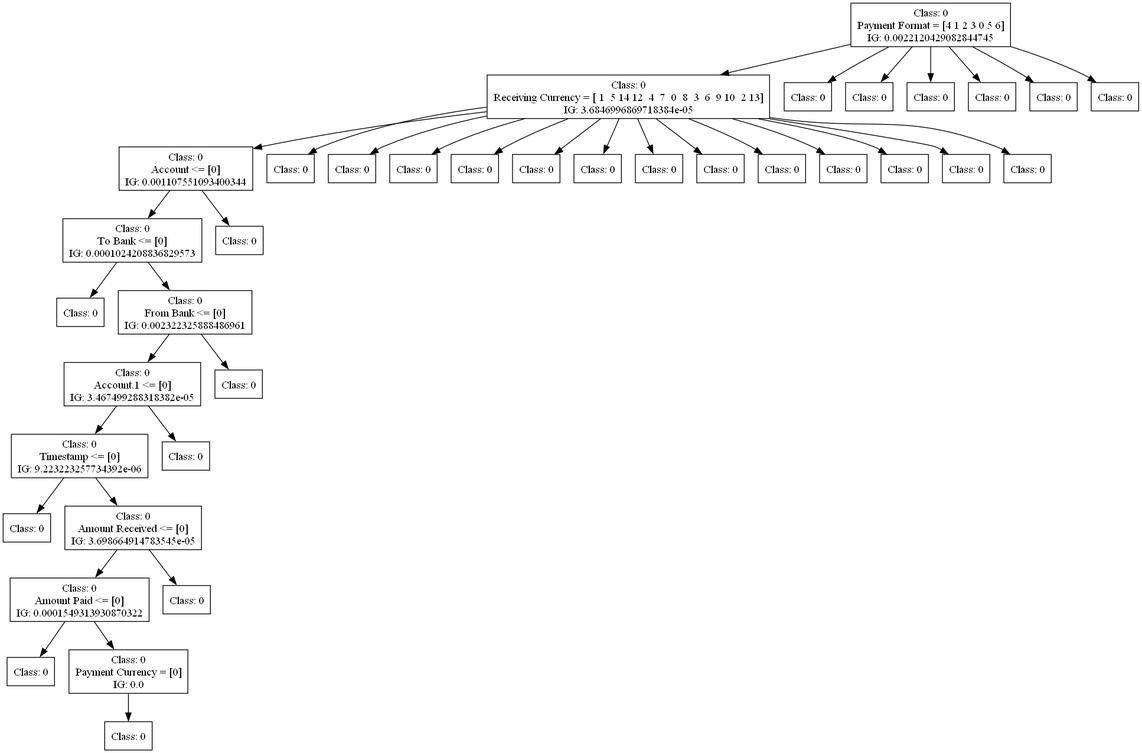
This is dot_figs/tree-id3-wo_preprocessing-2.png from FedericoBruzzone/anti-money-laundering, a Graphviz export, as it was before one commit. Its source is kept beside it as dot_figs/tree-id3-wo_preprocessing-2.dot. Source of this version:
```dot
digraph DecisionTree {
	rankdir=TD;
	node [shape=box];
	2875357470128 [label="Class: 0
Payment Format = [4 1 2 3 0 5 6]
IG: 0.0022120429082844745"];
	2875357570784 [label="Class: 0
Receiving Currency = [ 1  5 14 12  4  7  0  8  3  6  9 10  2 13]
IG: 3.6846996869718384e-05"];
	2875357470128 -> 2875357570784;
	2876938128112 [label="Class: 0
Account <= [0]
IG: 0.001107551093400344"];
	2875357570784 -> 2876938128112;
	2876938134064 [label="Class: 0
To Bank <= [0]
IG: 0.0001024208836829573"];
	2876938128112 -> 2876938134064;
	2876938134496 [label="Class: 0
"];
	2876938134064 -> 2876938134496;
	2876938139776 [label="Class: 0
From Bank <= [0]
IG: 0.002322325888486961"];
	2876938134064 -> 2876938139776;
	2876938140160 [label="Class: 0
Account.1 <= [0]
IG: 3.467499288318382e-05"];
	2876938139776 -> 2876938140160;
	2875929678208 [label="Class: 0
Timestamp <= [0]
IG: 9.223223257734392e-06"];
	2876938140160 -> 2875929678208;
	2875929678976 [label="Class: 0
"];
	2875929678208 -> 2875929678976;
	2875929681568 [label="Class: 0
Amount Received <= [0]
IG: 3.698664914783545e-05"];
	2875929678208 -> 2875929681568;
	2875929681808 [label="Class: 0
Amount Paid <= [0]
IG: 0.0001549313930870322"];
	2875929681568 -> 2875929681808;
	2875929675472 [label="Class: 0
"];
	2875929681808 -> 2875929675472;
	2875929685552 [label="Class: 0
Payment Currency = [0]
IG: 0.0"];
	2875929681808 -> 2875929685552;
	2875929685936 [label="Class: 0
"];
	2875929685552 -> 2875929685936;
	2875929683824 [label="Class: 0
"];
	2875929681568 -> 2875929683824;
	2875929678880 [label="Class: 0
"];
	2876938140160 -> 2875929678880;
	2876938140880 [label="Class: 0
"];
	2876938139776 -> 2876938140880;
	2876938135648 [label="Class: 0
"];
	2876938128112 -> 2876938135648;
	2876938128448 [label="Class: 0
"];
	2875357570784 -> 2876938128448;
	2876938128592 [label="Class: 0
"];
	2875357570784 -> 2876938128592;
	2876938126816 [label="Class: 0
"];
	2875357570784 -> 2876938126816;
	2876938128640 [label="Class: 0
"];
	2875357570784 -> 2876938128640;
	2876938126384 [label="Class: 0
"];
	2875357570784 -> 2876938126384;
	2876938128928 [label="Class: 0
"];
	2875357570784 -> 2876938128928;
	2876938126048 [label="Class: 0
"];
	2875357570784 -> 2876938126048;
	2876938129264 [label="Class: 0
"];
	2875357570784 -> 2876938129264;
	2876938129408 [label="Class: 0
"];
	2875357570784 -> 2876938129408;
	2876938129552 [label="Class: 0
"];
	2875357570784 -> 2876938129552;
	2876938129696 [label="Class: 0
"];
	2875357570784 -> 2876938129696;
	2876938129840 [label="Class: 0
"];
	2875357570784 -> 2876938129840;
	2876938129984 [label="Class: 0
"];
	2875357570784 -> 2876938129984;
	2875357571936 [label="Class: 0
"];
	2875357470128 -> 2875357571936;
	2875357571360 [label="Class: 0
"];
	2875357470128 -> 2875357571360;
	2875357570256 [label="Class: 0
"];
	2875357470128 -> 2875357570256;
	2875357571504 [label="Class: 0
"];
	2875357470128 -> 2875357571504;
	2875357571408 [label="Class: 0
"];
	2875357470128 -> 2875357571408;
	2875357571792 [label="Class: 0
"];
	2875357470128 -> 2875357571792;
}
```
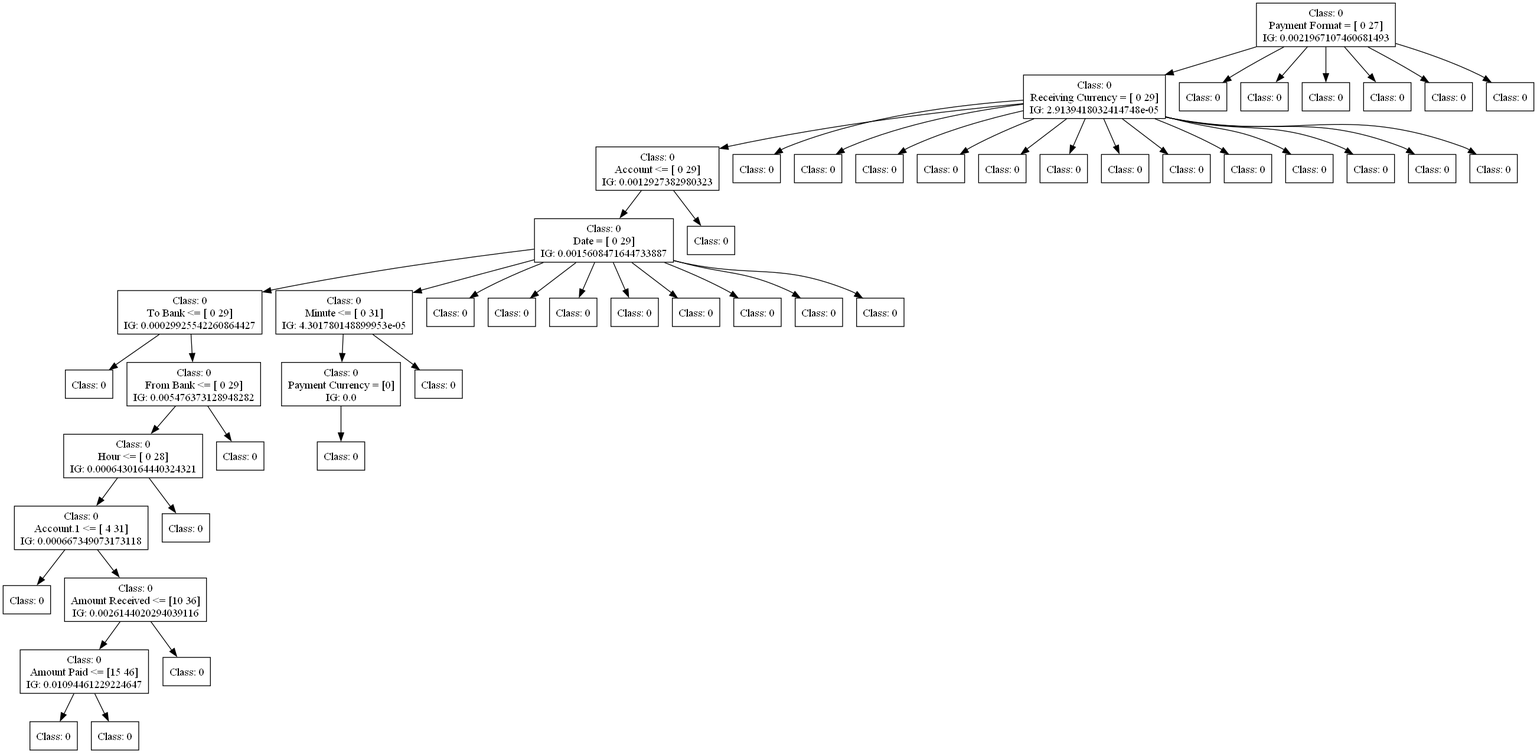
Above is the later version.

The edit, as a diff of the source:
```diff
@@ -1,124 +1,162 @@
 digraph DecisionTree {
 	rankdir=TD;
 	node [shape=box];
-	2875357470128 [label="Class: 0
-Payment Format = [4 1 2 3 0 5 6]
-IG: 0.0022120429082844745"];
-	2875357570784 [label="Class: 0
-Receiving Currency = [ 1  5 14 12  4  7  0  8  3  6  9 10  2 13]
-IG: 3.6846996869718384e-05"];
-	2875357470128 -> 2875357570784;
-	2876938128112 [label="Class: 0
-Account <= [0]
-IG: 0.001107551093400344"];
-	2875357570784 -> 2876938128112;
-	2876938134064 [label="Class: 0
-To Bank <= [0]
-IG: 0.0001024208836829573"];
-	2876938128112 -> 2876938134064;
-	2876938134496 [label="Class: 0
+	1903594352752 [label="Class: 0
+Payment Format = [ 0 27]
+IG: 0.0021967107460681493"];
+	1903594341856 [label="Class: 0
+Receiving Currency = [ 0 29]
+IG: 2.9139418032414748e-05"];
+	1903594352752 -> 1903594341856;
+	1903594345072 [label="Class: 0
+Account <= [ 0 29]
+IG: 0.0012927382980323"];
+	1903594341856 -> 1903594345072;
+	1903594350064 [label="Class: 0
+Date = [ 0 29]
+IG: 0.0015608471644733887"];
+	1903594345072 -> 1903594350064;
+	1903594344544 [label="Class: 0
+To Bank <= [ 0 29]
+IG: 0.00029925542260864427"];
+	1903594350064 -> 1903594344544;
+	1903594354048 [label="Class: 0
 "];
-	2876938134064 -> 2876938134496;
-	2876938139776 [label="Class: 0
-From Bank <= [0]
-IG: 0.002322325888486961"];
-	2876938134064 -> 2876938139776;
-	2876938140160 [label="Class: 0
-Account.1 <= [0]
-IG: 3.467499288318382e-05"];
-	2876938139776 -> 2876938140160;
-	2875929678208 [label="Class: 0
-Timestamp <= [0]
-IG: 9.223223257734392e-06"];
-	2876938140160 -> 2875929678208;
-	2875929678976 [label="Class: 0
+	1903594344544 -> 1903594354048;
+	1903594354960 [label="Class: 0
+From Bank <= [ 0 29]
+IG: 0.005476373128948282"];
+	1903594344544 -> 1903594354960;
+	1903594355248 [label="Class: 0
+Hour <= [ 0 28]
+IG: 0.0006430164440324321"];
+	1903594354960 -> 1903594355248;
+	1903594355968 [label="Class: 0
+Account.1 <= [ 4 31]
+IG: 0.000667349073173118"];
+	1903594355248 -> 1903594355968;
+	1903594350640 [label="Class: 0
 "];
-	2875929678208 -> 2875929678976;
-	2875929681568 [label="Class: 0
-Amount Received <= [0]
-IG: 3.698664914783545e-05"];
-	2875929678208 -> 2875929681568;
-	2875929681808 [label="Class: 0
-Amount Paid <= [0]
-IG: 0.0001549313930870322"];
-	2875929681568 -> 2875929681808;
-	2875929675472 [label="Class: 0
+	1903594355968 -> 1903594350640;
+	1903594355824 [label="Class: 0
+Amount Received <= [10 36]
+IG: 0.0026144020294039116"];
+	1903594355968 -> 1903594355824;
+	1903594350256 [label="Class: 0
+Amount Paid <= [15 46]
+IG: 0.01094461229224647"];
+	1903594355824 -> 1903594350256;
+	1903594349920 [label="Class: 0
 "];
-	2875929681808 -> 2875929675472;
-	2875929685552 [label="Class: 0
+	1903594350256 -> 1903594349920;
+	1903594353664 [label="Class: 0
+"];
+	1903594350256 -> 1903594353664;
+	1903594354720 [label="Class: 0
+"];
+	1903594355824 -> 1903594354720;
+	1903594356400 [label="Class: 0
+"];
+	1903594355248 -> 1903594356400;
+	1903594355680 [label="Class: 0
+"];
+	1903594354960 -> 1903594355680;
+	1903594353232 [label="Class: 0
+Minute <= [ 0 31]
+IG: 4.301780148899953e-05"];
+	1903594350064 -> 1903594353232;
+	1901316556976 [label="Class: 0
 Payment Currency = [0]
 IG: 0.0"];
-	2875929681808 -> 2875929685552;
-	2875929685936 [label="Class: 0
+	1903594353232 -> 1901316556976;
+	1901316556928 [label="Class: 0
 "];
-	2875929685552 -> 2875929685936;
-	2875929683824 [label="Class: 0
+	1901316556976 -> 1901316556928;
+	1901316557408 [label="Class: 0
 "];
-	2875929681568 -> 2875929683824;
-	2875929678880 [label="Class: 0
+	1903594353232 -> 1901316557408;
+	1903594349584 [label="Class: 0
 "];
-	2876938140160 -> 2875929678880;
-	2876938140880 [label="Class: 0
+	1903594350064 -> 1903594349584;
+	1903594343872 [label="Class: 0
 "];
-	2876938139776 -> 2876938140880;
-	2876938135648 [label="Class: 0
+	1903594350064 -> 1903594343872;
+	1903594343536 [label="Class: 0
 "];
-	2876938128112 -> 2876938135648;
-	2876938128448 [label="Class: 0
+	1903594350064 -> 1903594343536;
+	1903594353424 [label="Class: 0
 "];
-	2875357570784 -> 2876938128448;
-	2876938128592 [label="Class: 0
+	1903594350064 -> 1903594353424;
+	1903594342912 [label="Class: 0
 "];
-	2875357570784 -> 2876938128592;
-	2876938126816 [label="Class: 0
+	1903594350064 -> 1903594342912;
+	1903594350400 [label="Class: 0
 "];
-	2875357570784 -> 2876938126816;
-	2876938128640 [label="Class: 0
+	1903594350064 -> 1903594350400;
+	1903594347424 [label="Class: 0
 "];
-	2875357570784 -> 2876938128640;
-	2876938126384 [label="Class: 0
+	1903594350064 -> 1903594347424;
+	1903594349824 [label="Class: 0
 "];
-	2875357570784 -> 2876938126384;
-	2876938128928 [label="Class: 0
+	1903594350064 -> 1903594349824;
+	1903594353472 [label="Class: 0
 "];
-	2875357570784 -> 2876938128928;
-	2876938126048 [label="Class: 0
+	1903594345072 -> 1903594353472;
+	1903594343776 [label="Class: 0
 "];
-	2875357570784 -> 2876938126048;
-	2876938129264 [label="Class: 0
+	1903594341856 -> 1903594343776;
+	1903594341760 [label="Class: 0
 "];
-	2875357570784 -> 2876938129264;
-	2876938129408 [label="Class: 0
+	1903594341856 -> 1903594341760;
+	1903594343056 [label="Class: 0
 "];
-	2875357570784 -> 2876938129408;
-	2876938129552 [label="Class: 0
+	1903594341856 -> 1903594343056;
+	1903594344832 [label="Class: 0
 "];
-	2875357570784 -> 2876938129552;
-	2876938129696 [label="Class: 0
+	1903594341856 -> 1903594344832;
+	1903594341712 [label="Class: 0
 "];
-	2875357570784 -> 2876938129696;
-	2876938129840 [label="Class: 0
+	1903594341856 -> 1903594341712;
+	1903594341568 [label="Class: 0
 "];
-	2875357570784 -> 2876938129840;
-	2876938129984 [label="Class: 0
+	1903594341856 -> 1903594341568;
+	1903594344304 [label="Class: 0
 "];
-	2875357570784 -> 2876938129984;
-	2875357571936 [label="Class: 0
+	1903594341856 -> 1903594344304;
+	1903594342000 [label="Class: 0
 "];
-	2875357470128 -> 2875357571936;
-	2875357571360 [label="Class: 0
+	1903594341856 -> 1903594342000;
+	1903594349344 [label="Class: 0
 "];
-	2875357470128 -> 2875357571360;
-	2875357570256 [label="Class: 0
+	1903594341856 -> 1903594349344;
+	1903594341232 [label="Class: 0
 "];
-	2875357470128 -> 2875357570256;
-	2875357571504 [label="Class: 0
+	1903594341856 -> 1903594341232;
+	1903594343824 [label="Class: 0
 "];
-	2875357470128 -> 2875357571504;
-	2875357571408 [label="Class: 0
+	1903594341856 -> 1903594343824;
+	1903594345552 [label="Class: 0
 "];
-	2875357470128 -> 2875357571408;
-	2875357571792 [label="Class: 0
+	1903594341856 -> 1903594345552;
+	1903594342624 [label="Class: 0
 "];
-	2875357470128 -> 2875357571792;
+	1903594341856 -> 1903594342624;
+	1903594341520 [label="Class: 0
+"];
+	1903594352752 -> 1903594341520;
+	1903594346992 [label="Class: 0
+"];
+	1903594352752 -> 1903594346992;
+	1903594347184 [label="Class: 0
+"];
+	1903594352752 -> 1903594347184;
+	1903594342528 [label="Class: 0
+"];
+	1903594352752 -> 1903594342528;
+	1903594342960 [label="Class: 0
+"];
+	1903594352752 -> 1903594342960;
+	1903594342048 [label="Class: 0
+"];
+	1903594352752 -> 1903594342048;
 }
```
